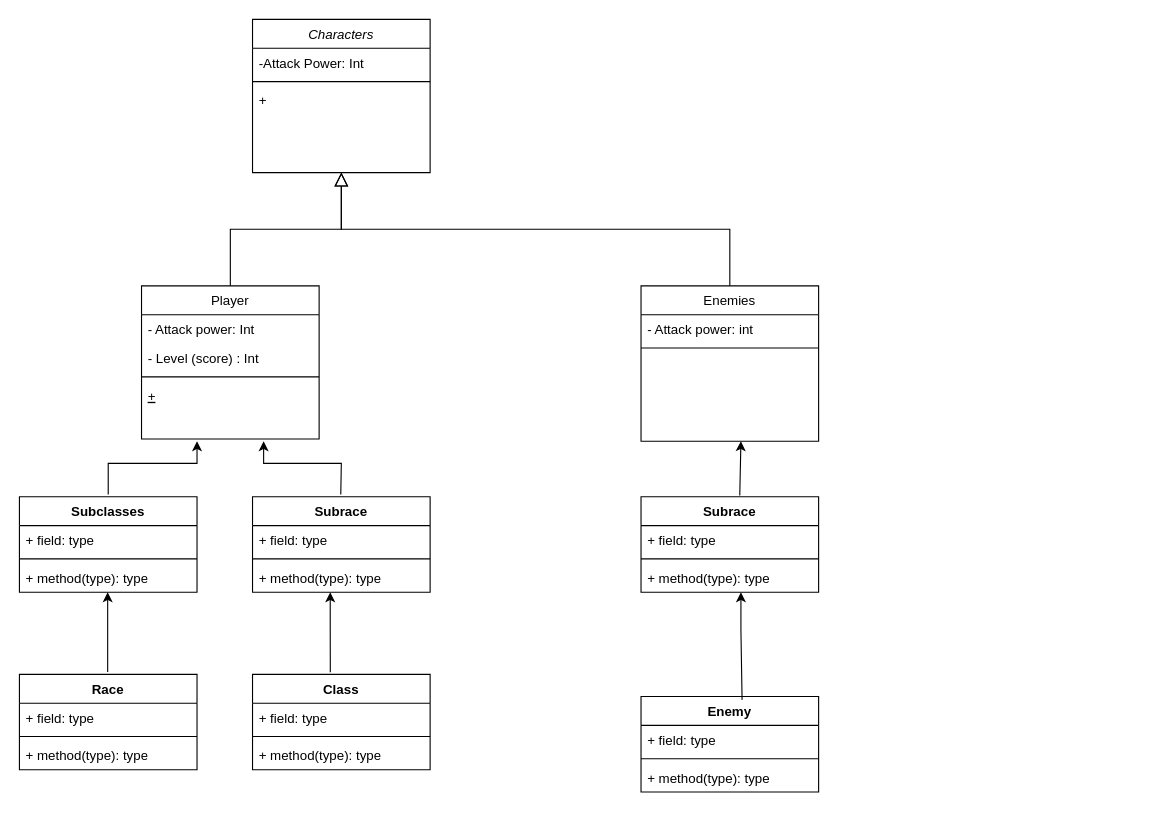
This is Namnlöst diagram.drawio from Rappich/SUVx24_Grupp3, a draw.io file, before an edit. Source tidied: cells renumbered, new cells numbered last; positions are measured from the earlier drawing's top-left corner, leaving out a move shared by most shapes. Both pictures are drawn from the tidied source at 111%, with x=0, y=0 at pixel (19, 19).
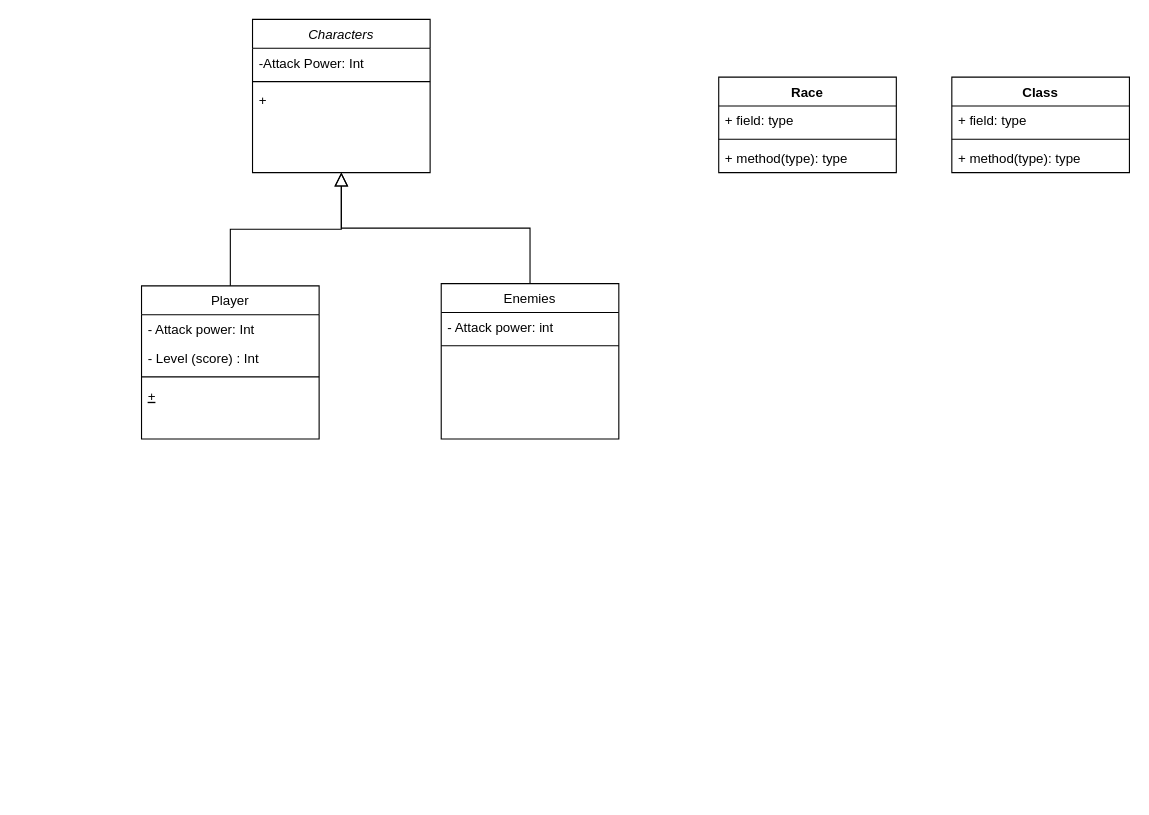
After the change.

Commit message:
Uppdatera RaceClass

Diff of the diagram source:
```diff
@@
     <mxCell id="12" value="Enemies" style="swimlane;fontStyle=0;align=center;verticalAlign=top;horizontal=1;startSize=26;rounded=0;shadow=0;strokeWidth=1;" parent="1" vertex="1">
-      <mxGeometry x="560" y="240" width="160" height="140" as="geometry" />
+      <mxGeometry x="380" y="238" width="160" height="140" as="geometry" />
     </mxCell>
@@
-    <mxCell id="16" value="Subclasses" style="swimlane;fontStyle=1;align=center;verticalAlign=top;horizontal=1;startSize=26;whiteSpace=wrap;html=1;" parent="1" vertex="1">
-      <mxGeometry y="430" width="160" height="86" as="geometry" />
-    </mxCell>
-    <mxCell id="17" value="+ field: type" style="text;strokeColor=none;fillColor=none;align=left;verticalAlign=top;spacingLeft=4;spacingRight=4;overflow=hidden;whiteSpace=wrap;html=1;" parent="16" vertex="1">
-      <mxGeometry y="26" width="160" height="26" as="geometry" />
-    </mxCell>
-    <mxCell id="18" style="line;strokeWidth=1;fillColor=none;align=left;verticalAlign=middle;spacingTop=-1;spacingLeft=3;spacingRight=3;labelPosition=right;strokeColor=inherit;" parent="16" vertex="1">
-      <mxGeometry y="52" width="160" height="8" as="geometry" />
-    </mxCell>
-    <mxCell id="19" value="+ method(type): type" style="text;strokeColor=none;fillColor=none;align=left;verticalAlign=top;spacingLeft=4;spacingRight=4;overflow=hidden;whiteSpace=wrap;html=1;" parent="16" vertex="1">
-      <mxGeometry y="60" width="160" height="26" as="geometry" />
-    </mxCell>
-    <mxCell id="20" value="Subrace" style="swimlane;fontStyle=1;align=center;verticalAlign=top;horizontal=1;startSize=26;whiteSpace=wrap;html=1;" parent="1" vertex="1">
-      <mxGeometry x="210" y="430" width="160" height="86" as="geometry" />
-    </mxCell>
-    <mxCell id="21" value="+ field: type" style="text;strokeColor=none;fillColor=none;align=left;verticalAlign=top;spacingLeft=4;spacingRight=4;overflow=hidden;whiteSpace=wrap;html=1;" parent="20" vertex="1">
-      <mxGeometry y="26" width="160" height="26" as="geometry" />
-    </mxCell>
-    <mxCell id="22" style="line;strokeWidth=1;fillColor=none;align=left;verticalAlign=middle;spacingTop=-1;spacingLeft=3;spacingRight=3;labelPosition=right;strokeColor=inherit;" parent="20" vertex="1">
-      <mxGeometry y="52" width="160" height="8" as="geometry" />
-    </mxCell>
-    <mxCell id="23" value="+ method(type): type" style="text;strokeColor=none;fillColor=none;align=left;verticalAlign=top;spacingLeft=4;spacingRight=4;overflow=hidden;whiteSpace=wrap;html=1;" parent="20" vertex="1">
-      <mxGeometry y="60" width="160" height="26" as="geometry" />
-    </mxCell>
-    <mxCell id="24" style="endArrow=classic;html=1;rounded=0;" parent="1" edge="1">
-      <mxGeometry relative="1" as="geometry">
-        <mxPoint x="80" y="428" as="sourcePoint" />
-        <mxPoint x="160" y="380" as="targetPoint" />
-        <Array as="points">
-          <mxPoint x="80" y="400" />
-          <mxPoint x="160" y="400" />
-        </Array>
-      </mxGeometry>
-    </mxCell>
-    <mxCell id="25" style="endArrow=classic;html=1;rounded=0;" parent="1" edge="1">
-      <mxGeometry relative="1" as="geometry">
-        <mxPoint x="289.5" y="428" as="sourcePoint" />
-        <mxPoint x="220" y="380" as="targetPoint" />
-        <Array as="points">
-          <mxPoint x="290" y="400" />
-          <mxPoint x="220" y="400" />
-        </Array>
-      </mxGeometry>
-    </mxCell>
-    <mxCell id="26" value="Subrace" style="swimlane;fontStyle=1;align=center;verticalAlign=top;horizontal=1;startSize=26;whiteSpace=wrap;html=1;" parent="1" vertex="1">
-      <mxGeometry x="560" y="430" width="160" height="86" as="geometry" />
-    </mxCell>
-    <mxCell id="27" value="+ field: type" style="text;strokeColor=none;fillColor=none;align=left;verticalAlign=top;spacingLeft=4;spacingRight=4;overflow=hidden;whiteSpace=wrap;html=1;" parent="26" vertex="1">
-      <mxGeometry y="26" width="160" height="26" as="geometry" />
-    </mxCell>
-    <mxCell id="28" style="line;strokeWidth=1;fillColor=none;align=left;verticalAlign=middle;spacingTop=-1;spacingLeft=3;spacingRight=3;labelPosition=right;strokeColor=inherit;" parent="26" vertex="1">
-      <mxGeometry y="52" width="160" height="8" as="geometry" />
-    </mxCell>
-    <mxCell id="29" value="+ method(type): type" style="text;strokeColor=none;fillColor=none;align=left;verticalAlign=top;spacingLeft=4;spacingRight=4;overflow=hidden;whiteSpace=wrap;html=1;" parent="26" vertex="1">
-      <mxGeometry y="60" width="160" height="26" as="geometry" />
-    </mxCell>
-    <mxCell id="30" value="Enemy" style="swimlane;fontStyle=1;align=center;verticalAlign=top;horizontal=1;startSize=26;whiteSpace=wrap;html=1;" parent="1" vertex="1">
-      <mxGeometry x="560" y="610" width="160" height="86" as="geometry" />
-    </mxCell>
-    <mxCell id="31" value="+ field: type" style="text;strokeColor=none;fillColor=none;align=left;verticalAlign=top;spacingLeft=4;spacingRight=4;overflow=hidden;whiteSpace=wrap;html=1;" parent="30" vertex="1">
-      <mxGeometry y="26" width="160" height="26" as="geometry" />
-    </mxCell>
-    <mxCell id="32" style="line;strokeWidth=1;fillColor=none;align=left;verticalAlign=middle;spacingTop=-1;spacingLeft=3;spacingRight=3;labelPosition=right;strokeColor=inherit;" parent="30" vertex="1">
-      <mxGeometry y="52" width="160" height="8" as="geometry" />
-    </mxCell>
-    <mxCell id="33" value="+ method(type): type" style="text;strokeColor=none;fillColor=none;align=left;verticalAlign=top;spacingLeft=4;spacingRight=4;overflow=hidden;whiteSpace=wrap;html=1;" parent="30" vertex="1">
-      <mxGeometry y="60" width="160" height="26" as="geometry" />
-    </mxCell>
     <mxCell id="34" value="Race" style="swimlane;fontStyle=1;align=center;verticalAlign=top;horizontal=1;startSize=26;whiteSpace=wrap;html=1;" parent="1" vertex="1">
-      <mxGeometry y="590" width="160" height="86" as="geometry" />
+      <mxGeometry x="630" y="52" width="160" height="86" as="geometry" />
     </mxCell>
-    <mxCell id="35" value="+ field: type" style="text;strokeColor=none;fillColor=none;align=left;verticalAlign=top;spacingLeft=4;spacingRight=4;overflow=hidden;whiteSpace=wrap;html=1;" parent="34" vertex="1">
-      <mxGeometry y="26" width="160" height="26" as="geometry" />
-    </mxCell>
-    <mxCell id="36" style="line;strokeWidth=1;fillColor=none;align=left;verticalAlign=middle;spacingTop=-1;spacingLeft=3;spacingRight=3;labelPosition=right;strokeColor=inherit;" parent="34" vertex="1">
-      <mxGeometry y="52" width="160" height="8" as="geometry" />
-    </mxCell>
-    <mxCell id="37" value="+ method(type): type" style="text;strokeColor=none;fillColor=none;align=left;verticalAlign=top;spacingLeft=4;spacingRight=4;overflow=hidden;whiteSpace=wrap;html=1;" parent="34" vertex="1">
-      <mxGeometry y="60" width="160" height="26" as="geometry" />
-    </mxCell>
+    <mxCell id="46" value="+ field: type" style="text;strokeColor=none;fillColor=none;align=left;verticalAlign=top;spacingLeft=4;spacingRight=4;overflow=hidden;whiteSpace=wrap;html=1;" parent="34" vertex="1">
+      <mxGeometry y="26" width="160" height="26" as="geometry" />
+    </mxCell>
+    <mxCell id="47" style="line;strokeWidth=1;fillColor=none;align=left;verticalAlign=middle;spacingTop=-1;spacingLeft=3;spacingRight=3;labelPosition=right;strokeColor=inherit;" parent="34" vertex="1">
+      <mxGeometry y="52" width="160" height="8" as="geometry" />
+    </mxCell>
+    <mxCell id="48" value="+ method(type): type" style="text;strokeColor=none;fillColor=none;align=left;verticalAlign=top;spacingLeft=4;spacingRight=4;overflow=hidden;whiteSpace=wrap;html=1;" parent="34" vertex="1">
+      <mxGeometry y="60" width="160" height="26" as="geometry" />
+    </mxCell>
     <mxCell id="38" value="Class" style="swimlane;fontStyle=1;align=center;verticalAlign=top;horizontal=1;startSize=26;whiteSpace=wrap;html=1;" parent="1" vertex="1">
-      <mxGeometry x="210" y="590" width="160" height="86" as="geometry" />
+      <mxGeometry x="840" y="52" width="160" height="86" as="geometry" />
     </mxCell>
-    <mxCell id="39" value="+ field: type" style="text;strokeColor=none;fillColor=none;align=left;verticalAlign=top;spacingLeft=4;spacingRight=4;overflow=hidden;whiteSpace=wrap;html=1;" parent="38" vertex="1">
-      <mxGeometry y="26" width="160" height="26" as="geometry" />
-    </mxCell>
-    <mxCell id="40" style="line;strokeWidth=1;fillColor=none;align=left;verticalAlign=middle;spacingTop=-1;spacingLeft=3;spacingRight=3;labelPosition=right;strokeColor=inherit;" parent="38" vertex="1">
-      <mxGeometry y="52" width="160" height="8" as="geometry" />
-    </mxCell>
-    <mxCell id="41" value="+ method(type): type" style="text;strokeColor=none;fillColor=none;align=left;verticalAlign=top;spacingLeft=4;spacingRight=4;overflow=hidden;whiteSpace=wrap;html=1;" parent="38" vertex="1">
-      <mxGeometry y="60" width="160" height="26" as="geometry" />
-    </mxCell>
-    <mxCell id="42" style="endArrow=classic;html=1;rounded=0;exitX=0.438;exitY=-0.023;exitDx=0;exitDy=0;exitPerimeter=0;" parent="1" edge="1" source="38">
-      <mxGeometry relative="1" as="geometry">
-        <mxPoint x="280" y="516" as="targetPoint" />
-        <Array as="points">
-          <mxPoint x="280" y="550" />
-          <mxPoint x="280" y="538" />
-        </Array>
-      </mxGeometry>
-    </mxCell>
-    <mxCell id="43" style="endArrow=classic;html=1;rounded=0;exitX=0.438;exitY=-0.023;exitDx=0;exitDy=0;exitPerimeter=0;" parent="1" edge="1">
-      <mxGeometry relative="1" as="geometry">
-        <mxPoint x="79.5" y="588" as="sourcePoint" />
-        <mxPoint x="79.5" y="516" as="targetPoint" />
-        <Array as="points">
-          <mxPoint x="79.5" y="538" />
-        </Array>
-      </mxGeometry>
-    </mxCell>
-    <mxCell id="44" style="endArrow=classic;html=1;rounded=0;exitX=0.569;exitY=0.035;exitDx=0;exitDy=0;exitPerimeter=0;" parent="1" edge="1" source="30">
-      <mxGeometry relative="1" as="geometry">
-        <mxPoint x="650" y="516" as="targetPoint" />
-        <Array as="points">
-          <mxPoint x="650" y="550" />
-          <mxPoint x="650" y="538" />
-        </Array>
-      </mxGeometry>
-    </mxCell>
-    <mxCell id="45" style="endArrow=classic;html=1;rounded=0;exitX=0.556;exitY=-0.012;exitDx=0;exitDy=0;exitPerimeter=0;" parent="1" edge="1" source="26">
-      <mxGeometry relative="1" as="geometry">
-        <mxPoint x="650" y="380" as="targetPoint" />
-      </mxGeometry>
-    </mxCell>
+    <mxCell id="49" value="+ field: type" style="text;strokeColor=none;fillColor=none;align=left;verticalAlign=top;spacingLeft=4;spacingRight=4;overflow=hidden;whiteSpace=wrap;html=1;" parent="38" vertex="1">
+      <mxGeometry y="26" width="160" height="26" as="geometry" />
+    </mxCell>
+    <mxCell id="50" style="line;strokeWidth=1;fillColor=none;align=left;verticalAlign=middle;spacingTop=-1;spacingLeft=3;spacingRight=3;labelPosition=right;strokeColor=inherit;" parent="38" vertex="1">
+      <mxGeometry y="52" width="160" height="8" as="geometry" />
+    </mxCell>
+    <mxCell id="51" value="+ method(type): type" style="text;strokeColor=none;fillColor=none;align=left;verticalAlign=top;spacingLeft=4;spacingRight=4;overflow=hidden;whiteSpace=wrap;html=1;" parent="38" vertex="1">
+      <mxGeometry y="60" width="160" height="26" as="geometry" />
+    </mxCell>
```
